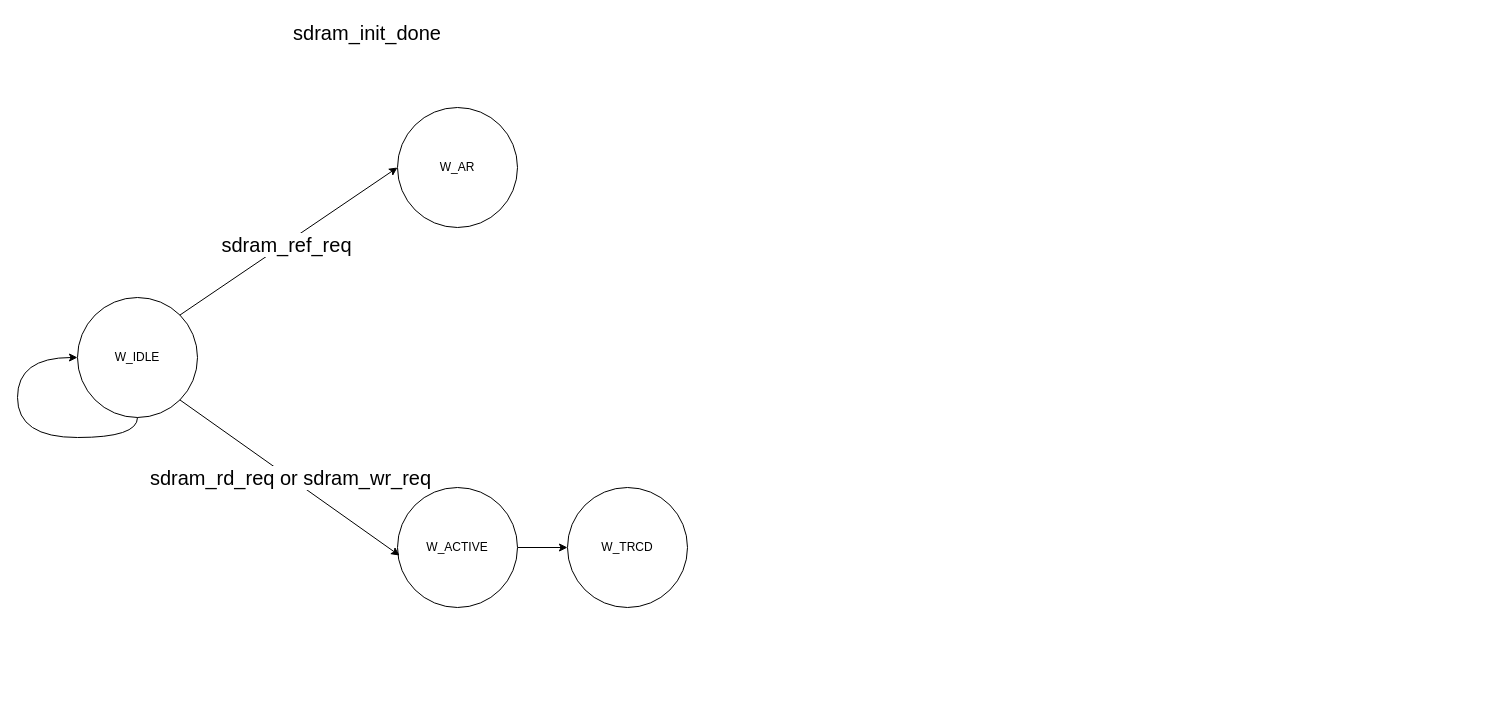
Before: hardware/sdram_states.drawio in Manistein/let-us-build-a-computer-system, a draw.io diagram. Source tidied: cells renumbered, new cells numbered last; positions are measured from the earlier drawing's top-left corner, leaving out a move shared by most shapes. Both pictures are drawn from the tidied source at 100%, with x=0, y=0 at pixel (17, 17).
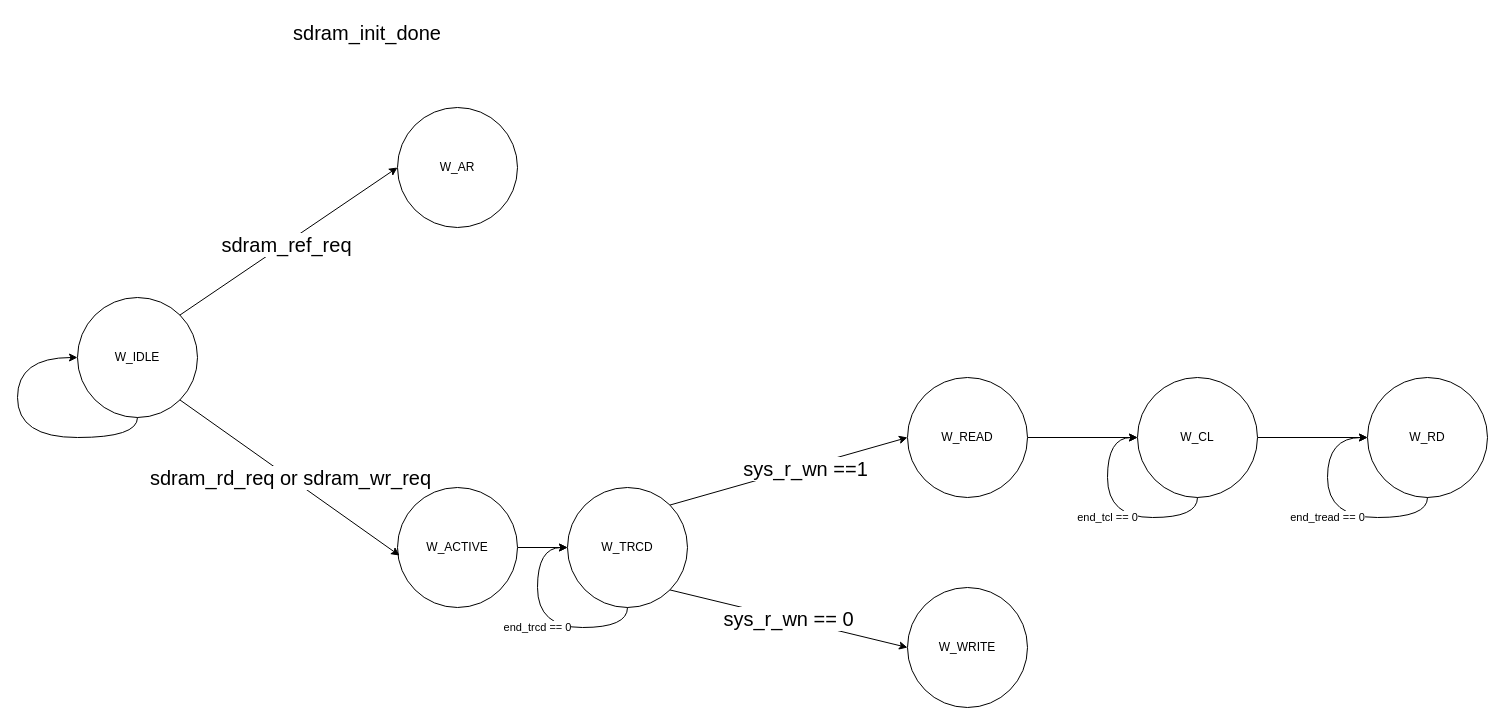
The same page after the edit.

The change refers to these unchanged cells:
```xml
<mxCell id="11" value="W_TRCD" style="ellipse;whiteSpace=wrap;html=1;" parent="1" vertex="1">
  <mxGeometry x="550" y="470" width="120" height="120" as="geometry" />
</mxCell>
```

Diff of the diagram source:
```diff
@@
+    <mxCell id="12" style="rounded=0;jettySize=auto;html=1;exitX=1;exitY=0;exitDx=0;exitDy=0;entryX=0;entryY=0.5;entryDx=0;entryDy=0;" parent="1" edge="1" source="11" target="16">
+      <mxGeometry relative="1" as="geometry" />
+    </mxCell>
+    <mxCell id="13" value="&lt;font style=&quot;font-size: 20px;&quot;&gt;sys_r_wn ==1&lt;/font&gt;" style="edgeLabel;html=1;align=center;verticalAlign=middle;" parent="12" vertex="1">
+      <mxGeometry x="0.13" y="-1" relative="1" as="geometry" />
+    </mxCell>
+    <mxCell id="14" value="&lt;font style=&quot;font-size: 20px;&quot;&gt;sys_r_wn == 0&lt;/font&gt;" style="rounded=0;jettySize=auto;html=1;exitX=1;exitY=1;exitDx=0;exitDy=0;entryX=0;entryY=0.5;entryDx=0;entryDy=0;" parent="1" edge="1" source="11" target="17">
+      <mxGeometry relative="1" as="geometry" />
+    </mxCell>
@@
+    <mxCell id="15" style="edgeStyle=orthogonalEdgeStyle;rounded=0;jettySize=auto;html=1;exitX=1;exitY=0.5;exitDx=0;exitDy=0;entryX=0;entryY=0.5;entryDx=0;entryDy=0;" parent="1" edge="1" source="16" target="20">
+      <mxGeometry relative="1" as="geometry" />
+    </mxCell>
+    <mxCell id="16" value="W_READ" style="ellipse;whiteSpace=wrap;html=1;" parent="1" vertex="1">
+      <mxGeometry x="890" y="360" width="120" height="120" as="geometry" />
+    </mxCell>
+    <mxCell id="17" value="W_WRITE" style="ellipse;whiteSpace=wrap;html=1;" parent="1" vertex="1">
+      <mxGeometry x="890" y="570" width="120" height="120" as="geometry" />
+    </mxCell>
+    <mxCell id="18" value="end_trcd == 0" style="edgeStyle=orthogonalEdgeStyle;rounded=0;orthogonalLoop=1;jettySize=auto;html=1;exitX=0.5;exitY=1;exitDx=0;exitDy=0;entryX=0;entryY=0.5;entryDx=0;entryDy=0;curved=1;" parent="1" edge="1" source="11" target="11">
+      <mxGeometry relative="1" as="geometry">
+        <Array as="points">
+          <mxPoint x="610" y="610" />
+          <mxPoint x="520" y="610" />
+          <mxPoint x="520" y="530" />
+        </Array>
+      </mxGeometry>
+    </mxCell>
+    <mxCell id="19" style="edgeStyle=orthogonalEdgeStyle;rounded=0;jettySize=auto;html=1;exitX=1;exitY=0.5;exitDx=0;exitDy=0;entryX=0;entryY=0.5;entryDx=0;entryDy=0;" parent="1" edge="1" source="20" target="22">
+      <mxGeometry relative="1" as="geometry" />
+    </mxCell>
+    <mxCell id="20" value="W_CL" style="ellipse;whiteSpace=wrap;html=1;" parent="1" vertex="1">
+      <mxGeometry x="1120" y="360" width="120" height="120" as="geometry" />
+    </mxCell>
+    <mxCell id="21" value="end_tcl == 0" style="edgeStyle=orthogonalEdgeStyle;rounded=0;orthogonalLoop=1;jettySize=auto;html=1;exitX=0.5;exitY=1;exitDx=0;exitDy=0;entryX=0;entryY=0.5;entryDx=0;entryDy=0;curved=1;" parent="1" edge="1" source="20" target="20">
+      <mxGeometry relative="1" as="geometry">
+        <Array as="points">
+          <mxPoint x="1180" y="500" />
+          <mxPoint x="1090" y="500" />
+          <mxPoint x="1090" y="420" />
+        </Array>
+      </mxGeometry>
+    </mxCell>
+    <mxCell id="22" value="W_RD" style="ellipse;whiteSpace=wrap;html=1;" parent="1" vertex="1">
+      <mxGeometry x="1350" y="360" width="120" height="120" as="geometry" />
+    </mxCell>
+    <mxCell id="23" value="end_tread == 0" style="edgeStyle=orthogonalEdgeStyle;rounded=0;orthogonalLoop=1;jettySize=auto;html=1;exitX=0.5;exitY=1;exitDx=0;exitDy=0;entryX=0;entryY=0.5;entryDx=0;entryDy=0;curved=1;" parent="1" edge="1" source="22" target="22">
+      <mxGeometry relative="1" as="geometry">
+        <Array as="points">
+          <mxPoint x="1410" y="500" />
+          <mxPoint x="1310" y="500" />
+          <mxPoint x="1310" y="420" />
+        </Array>
+      </mxGeometry>
+    </mxCell>
```
